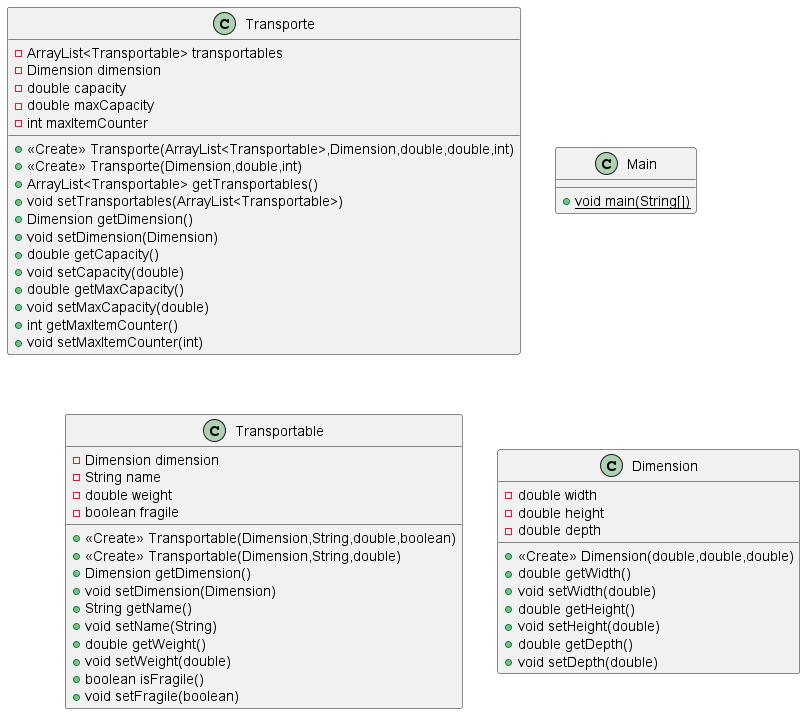
Before: empresa_mudanzas_sa.png, a diagram exported from PlantUML (sergiomedinaio/empresa_mudanzas_sa).
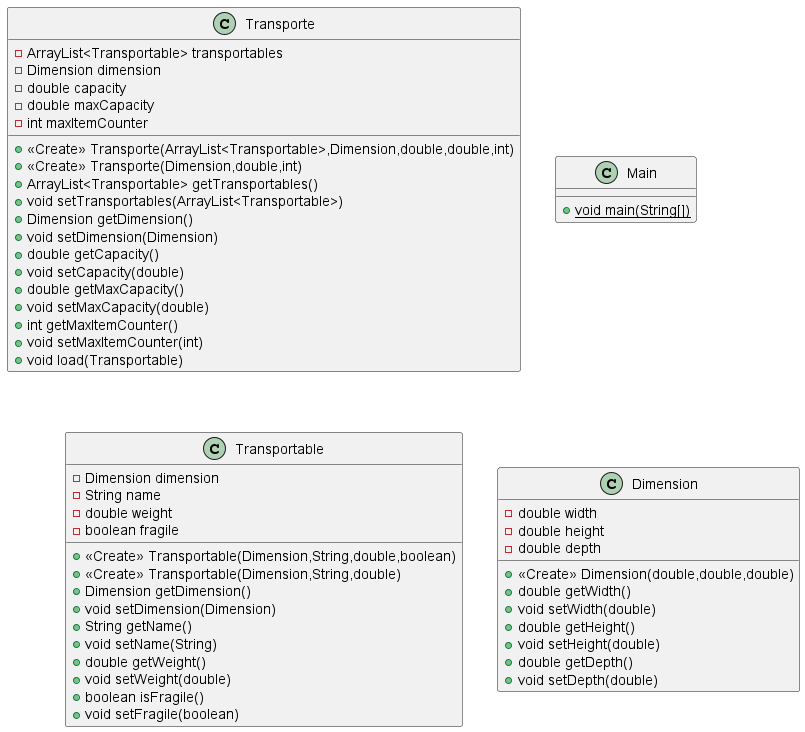
The same diagram one commit later.

Commit message:
docs: add load method

Diff of the diagram source:
```diff
@@ -17,6 +17,7 @@
 + void setMaxCapacity(double)
 + int getMaxItemCounter()
 + void setMaxItemCounter(int)
++ void load(Transportable)
 }
 class Main {
 + {static} void main(String[])
```
